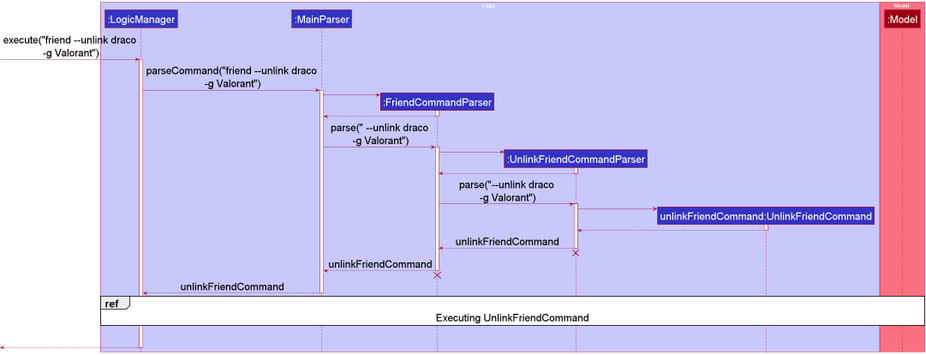
Earlier version of the PlantUML export docs/images/UnlinkSequenceDiagram1.png (nus-cs2103-AY2122S1/tp). Source of this version:
```plantuml
@startuml
!include style.puml
skinparam defaultFontSize 30

box Logic LOGIC_COLOR_T1
participant ":LogicManager" as LogicManager LOGIC_COLOR
participant ":MainParser" as MainParser LOGIC_COLOR
participant ":FriendCommandParser" as FriendCommandParser LOGIC_COLOR
participant ":UnlinkFriendCommandParser" as UnlinkFriendCommandParser LOGIC_COLOR
participant "unlinkFriendCommand:UnlinkFriendCommand" as UnlinkFriendCommand LOGIC_COLOR
end box

box Model MODEL_COLOR_T1
participant ":Model" as Model MODEL_COLOR
end box

[-> LogicManager : execute("friend --unlink draco\n -g Valorant")
activate LogicManager

LogicManager -> MainParser : parseCommand("friend --unlink draco\n -g Valorant")
activate MainParser

create FriendCommandParser
MainParser -> FriendCommandParser
activate FriendCommandParser

FriendCommandParser --> MainParser
deactivate FriendCommandParser

MainParser -> FriendCommandParser : parse(" --unlink draco\n -g Valorant")
activate FriendCommandParser

create UnlinkFriendCommandParser
FriendCommandParser -> UnlinkFriendCommandParser
activate UnlinkFriendCommandParser

UnlinkFriendCommandParser --> FriendCommandParser
deactivate UnlinkFriendCommandParser

FriendCommandParser -> UnlinkFriendCommandParser : parse("--unlink draco\n -g Valorant")
activate UnlinkFriendCommandParser

create UnlinkFriendCommand
UnlinkFriendCommandParser -> UnlinkFriendCommand
activate UnlinkFriendCommand

UnlinkFriendCommand --> UnlinkFriendCommandParser
deactivate UnlinkFriendCommand

UnlinkFriendCommandParser --> FriendCommandParser : unlinkFriendCommand
deactivate UnlinkFriendCommandParser
UnlinkFriendCommandParser -[hidden]-> FriendCommandParser
destroy UnlinkFriendCommandParser

FriendCommandParser --> MainParser : unlinkFriendCommand
deactivate FriendCommandParser
FriendCommandParser -[hidden]-> MainParser
destroy FriendCommandParser

MainParser --> LogicManager : unlinkFriendCommand
deactivate MainParser

ref over LogicManager, Model: Executing UnlinkFriendCommand

LogicManager -[hidden]-> LogicManager
UnlinkFriendCommand -[hidden]-> UnlinkFriendCommand

[<--LogicManager
deactivate LogicManager
@enduml
```
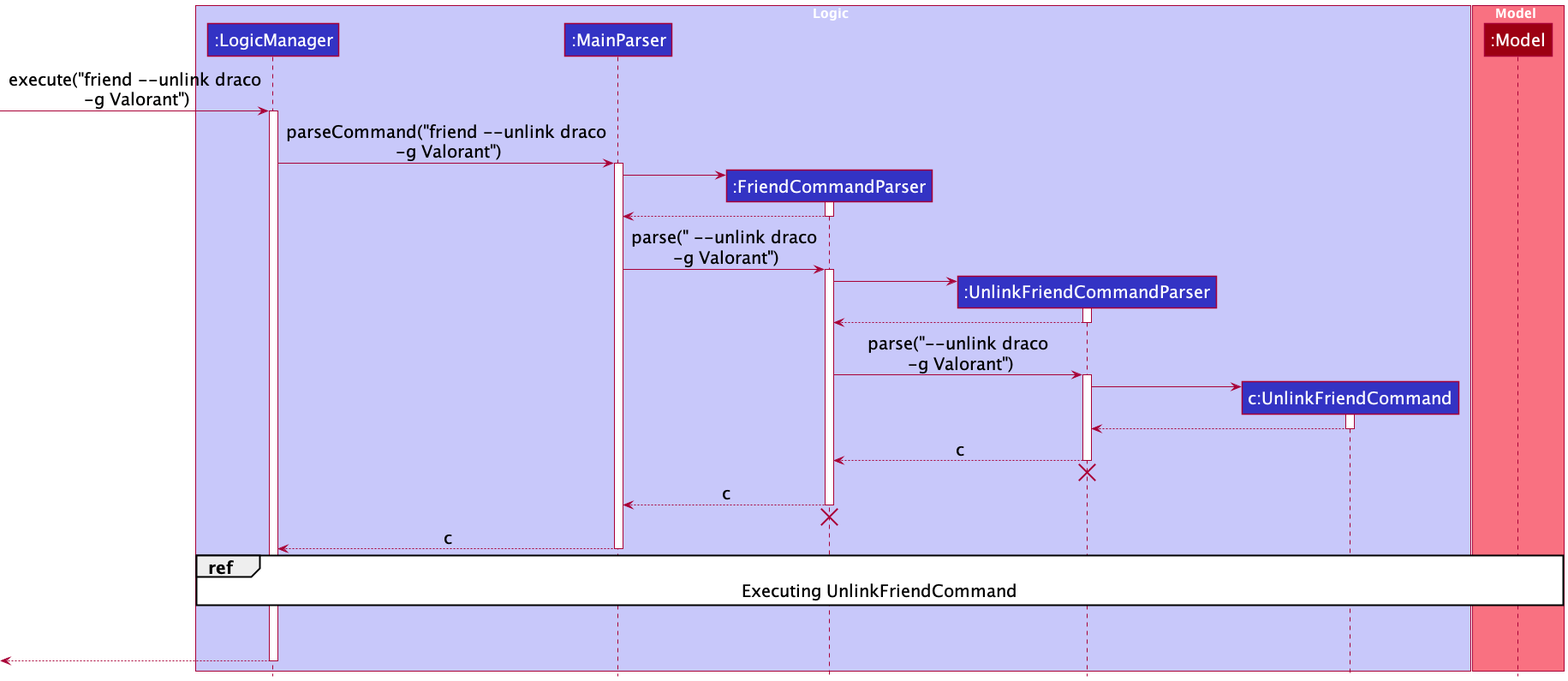
Above is the later version.

What changed in the source:
```diff
@@ -1,13 +1,13 @@
 @startuml
 !include style.puml
-skinparam defaultFontSize 30
+skinparam defaultFontSize 20
 
 box Logic LOGIC_COLOR_T1
 participant ":LogicManager" as LogicManager LOGIC_COLOR
 participant ":MainParser" as MainParser LOGIC_COLOR
 participant ":FriendCommandParser" as FriendCommandParser LOGIC_COLOR
 participant ":UnlinkFriendCommandParser" as UnlinkFriendCommandParser LOGIC_COLOR
-participant "unlinkFriendCommand:UnlinkFriendCommand" as UnlinkFriendCommand LOGIC_COLOR
+participant "c:UnlinkFriendCommand" as UnlinkFriendCommand LOGIC_COLOR
 end box
 
 box Model MODEL_COLOR_T1
@@ -47,17 +47,17 @@
 UnlinkFriendCommand --> UnlinkFriendCommandParser
 deactivate UnlinkFriendCommand
 
-UnlinkFriendCommandParser --> FriendCommandParser : unlinkFriendCommand
+UnlinkFriendCommandParser --> FriendCommandParser : c
 deactivate UnlinkFriendCommandParser
 UnlinkFriendCommandParser -[hidden]-> FriendCommandParser
 destroy UnlinkFriendCommandParser
 
-FriendCommandParser --> MainParser : unlinkFriendCommand
+FriendCommandParser --> MainParser : c
 deactivate FriendCommandParser
 FriendCommandParser -[hidden]-> MainParser
 destroy FriendCommandParser
 
-MainParser --> LogicManager : unlinkFriendCommand
+MainParser --> LogicManager : c
 deactivate MainParser
 
 ref over LogicManager, Model: Executing UnlinkFriendCommand
```
